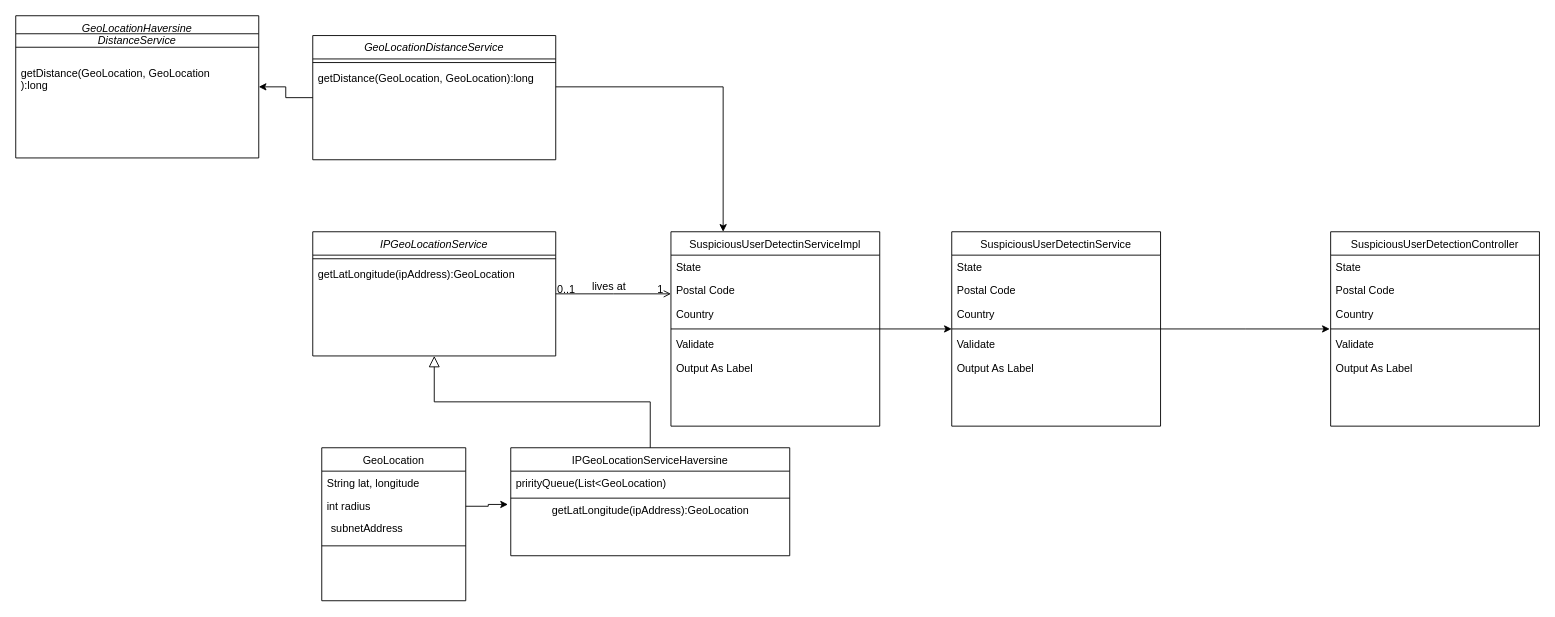
The draw.io diagram designdocs/Untitled Diagram.drawio in srth12/Eclipse-Workspace-, before the edit. Source tidied: cells renumbered, new cells numbered last; positions are measured from the earlier drawing's top-left corner, leaving out a move shared by most shapes. Both pictures are drawn from the tidied source at 90%, with x=0, y=0 at pixel (15, 15).
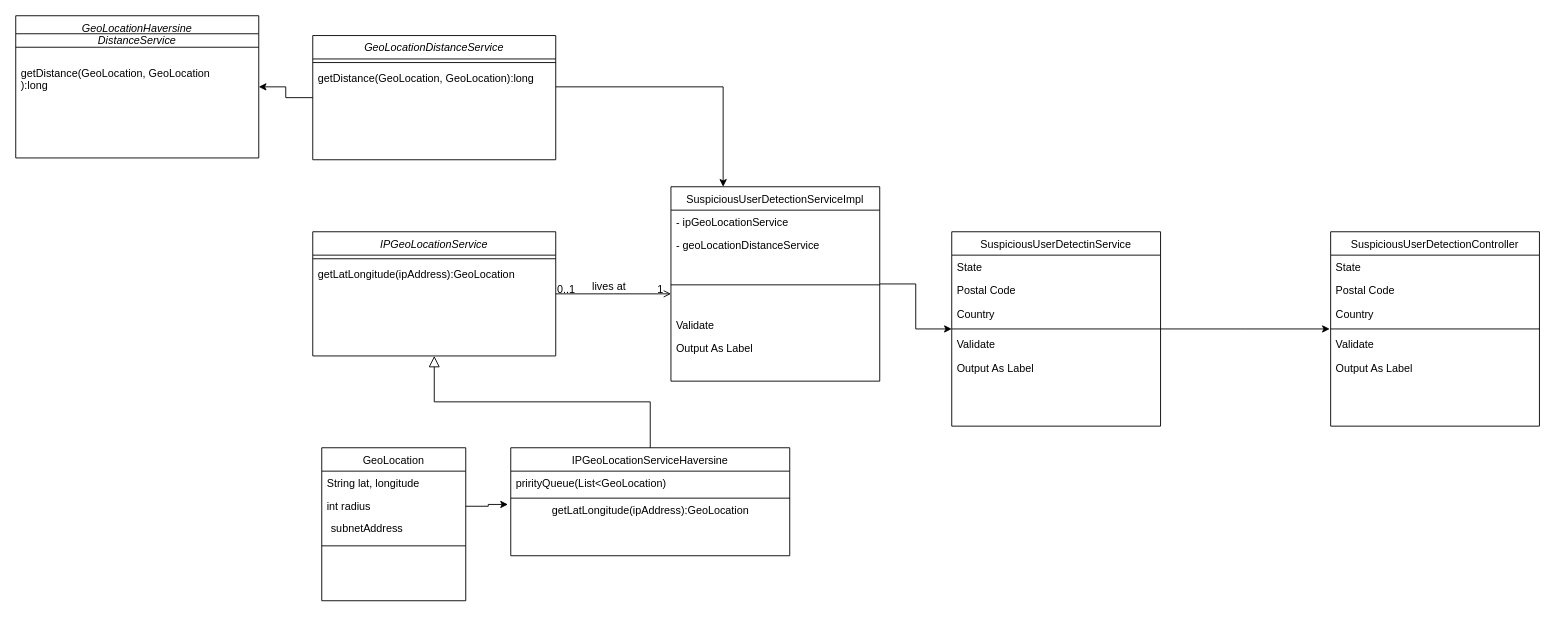
Above is the later version.

The edit, as a diff of the source:
```diff
@@
-    <mxCell id="15" value="SuspiciousUserDetectinServiceImpl" style="swimlane;fontStyle=0;align=center;verticalAlign=top;horizontal=1;startSize=26;rounded=0;shadow=0;strokeWidth=1;" parent="1" vertex="1">
-      <mxGeometry x="728" y="240" width="232" height="216" as="geometry" />
+    <mxCell id="15" value="SuspiciousUserDetectionServiceImpl" style="swimlane;fontStyle=0;align=center;verticalAlign=top;horizontal=1;startSize=26;rounded=0;shadow=0;strokeWidth=1;" parent="1" vertex="1">
+      <mxGeometry x="728" y="190" width="232" height="216" as="geometry" />
     </mxCell>
-    <mxCell id="16" value="State" style="text;align=left;verticalAlign=top;spacingLeft=4;spacingRight=4;overflow=hidden;rounded=0;shadow=0;html=0;" parent="15" vertex="1">
+    <mxCell id="16" value="- ipGeoLocationService" style="text;align=left;verticalAlign=top;spacingLeft=4;spacingRight=4;overflow=hidden;rounded=0;shadow=0;html=0;" parent="15" vertex="1">
       <mxGeometry y="26" width="232" height="26" as="geometry" />
     </mxCell>
-    <mxCell id="17" value="Postal Code" style="text;align=left;verticalAlign=top;spacingLeft=4;spacingRight=4;overflow=hidden;rounded=0;shadow=0;html=0;" parent="15" vertex="1">
+    <mxCell id="17" value="- geoLocationDistanceService" style="text;align=left;verticalAlign=top;spacingLeft=4;spacingRight=4;overflow=hidden;rounded=0;shadow=0;html=0;" parent="15" vertex="1">
       <mxGeometry y="52" width="232" height="26" as="geometry" />
     </mxCell>
-    <mxCell id="18" value="Country" style="text;align=left;verticalAlign=top;spacingLeft=4;spacingRight=4;overflow=hidden;rounded=0;shadow=0;html=0;" parent="15" vertex="1">
-      <mxGeometry y="78" width="232" height="26" as="geometry" />
-    </mxCell>
     <mxCell id="19" style="line;html=1;strokeWidth=1;align=left;verticalAlign=middle;spacingTop=-1;spacingLeft=3;spacingRight=3;labelPosition=right;" parent="15" vertex="1">
-      <mxGeometry y="104" width="232" height="8" as="geometry" />
+      <mxGeometry y="78" width="232" height="62" as="geometry" />
     </mxCell>
     <mxCell id="20" value="Validate" style="text;align=left;verticalAlign=top;spacingLeft=4;spacingRight=4;overflow=hidden;" parent="15" vertex="1">
-      <mxGeometry y="112" width="232" height="26" as="geometry" />
+      <mxGeometry y="140" width="232" height="26" as="geometry" />
     </mxCell>
     <mxCell id="21" value="Output As Label" style="text;align=left;verticalAlign=top;spacingLeft=4;spacingRight=4;overflow=hidden;" parent="15" vertex="1">
-      <mxGeometry y="138" width="232" height="26" as="geometry" />
+      <mxGeometry y="166" width="232" height="26" as="geometry" />
     </mxCell>
```
